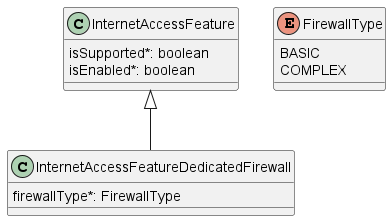
Earlier version of the PlantUML export documentation/productSchema/ip/internetAccess/MEF 139.1 resources/media/06Firewall.png (MEF-GIT/MEF-LSO-Sonata-SDK). The source it was exported from:
```plantuml
@startuml



class InternetAccessFeature {

    isSupported*: boolean
    isEnabled*: boolean
}



class InternetAccessFeatureDedicatedFirewall {

    firewallType*: FirewallType
}
InternetAccessFeature <|-- InternetAccessFeatureDedicatedFirewall

enum FirewallType {

    BASIC
    COMPLEX
}

@enduml
```
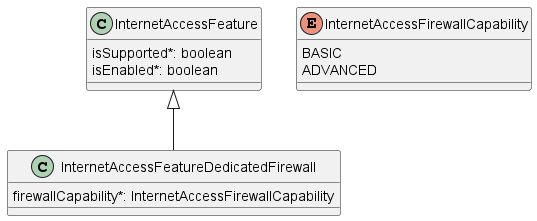
The same file after the commit.

Change to the diagram source:
```diff
@@ -12,14 +12,14 @@
 
 class InternetAccessFeatureDedicatedFirewall {
 
-    firewallType*: FirewallType
+    firewallCapability*: InternetAccessFirewallCapability
 }
 InternetAccessFeature <|-- InternetAccessFeatureDedicatedFirewall
 
-enum FirewallType {
+enum InternetAccessFirewallCapability {
 
     BASIC
-    COMPLEX
+    ADVANCED
 }
 
 @enduml
```
